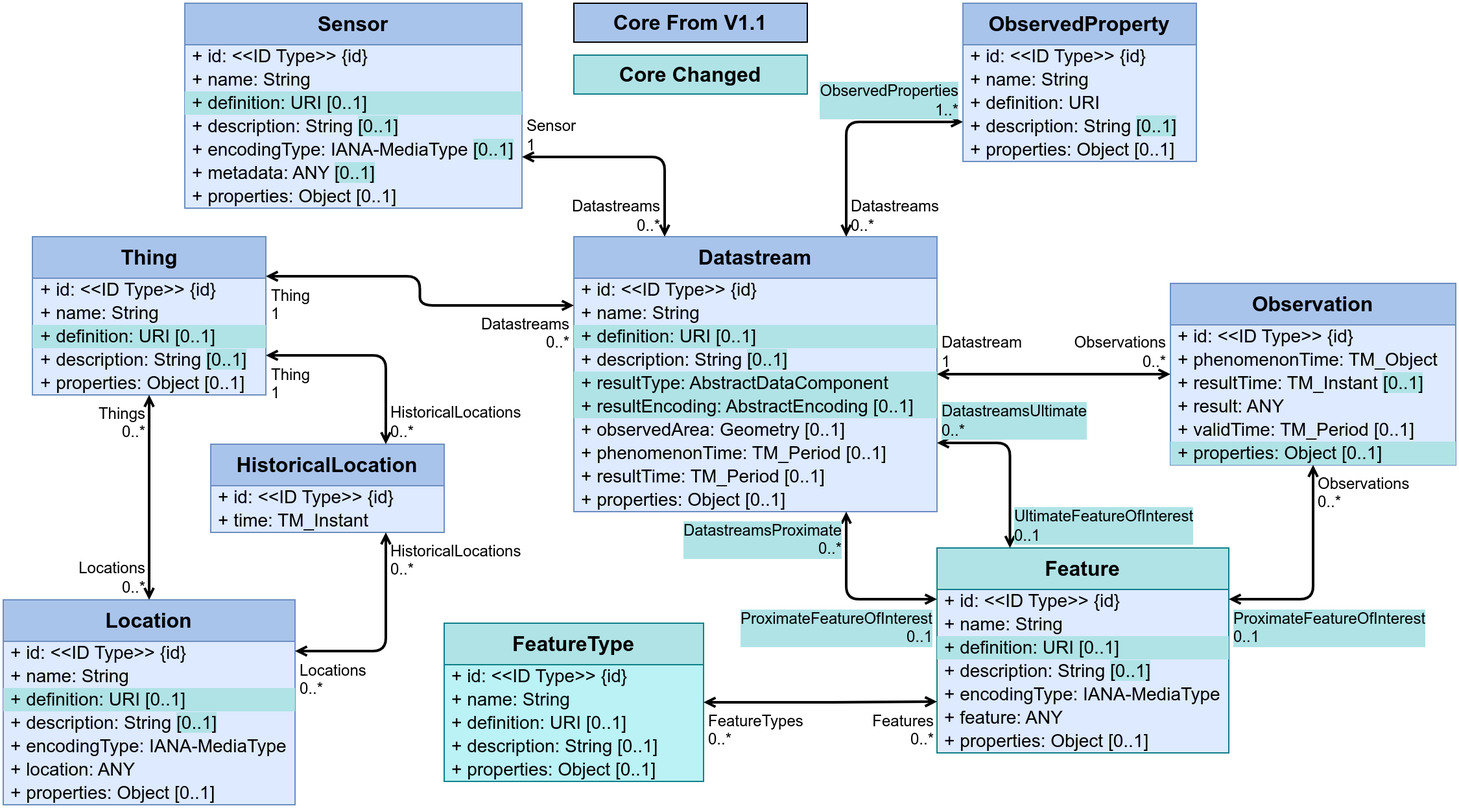
Before: figures/Datamodel-SensorThingsApi-V2-Core-changed.drawio.png, a diagram exported from draw.io (opengeospatial/sensorthings). Source tidied: cells renumbered, new cells last; positions are measured from the earlier drawing's top-left corner, leaving out a move shared by most shapes.
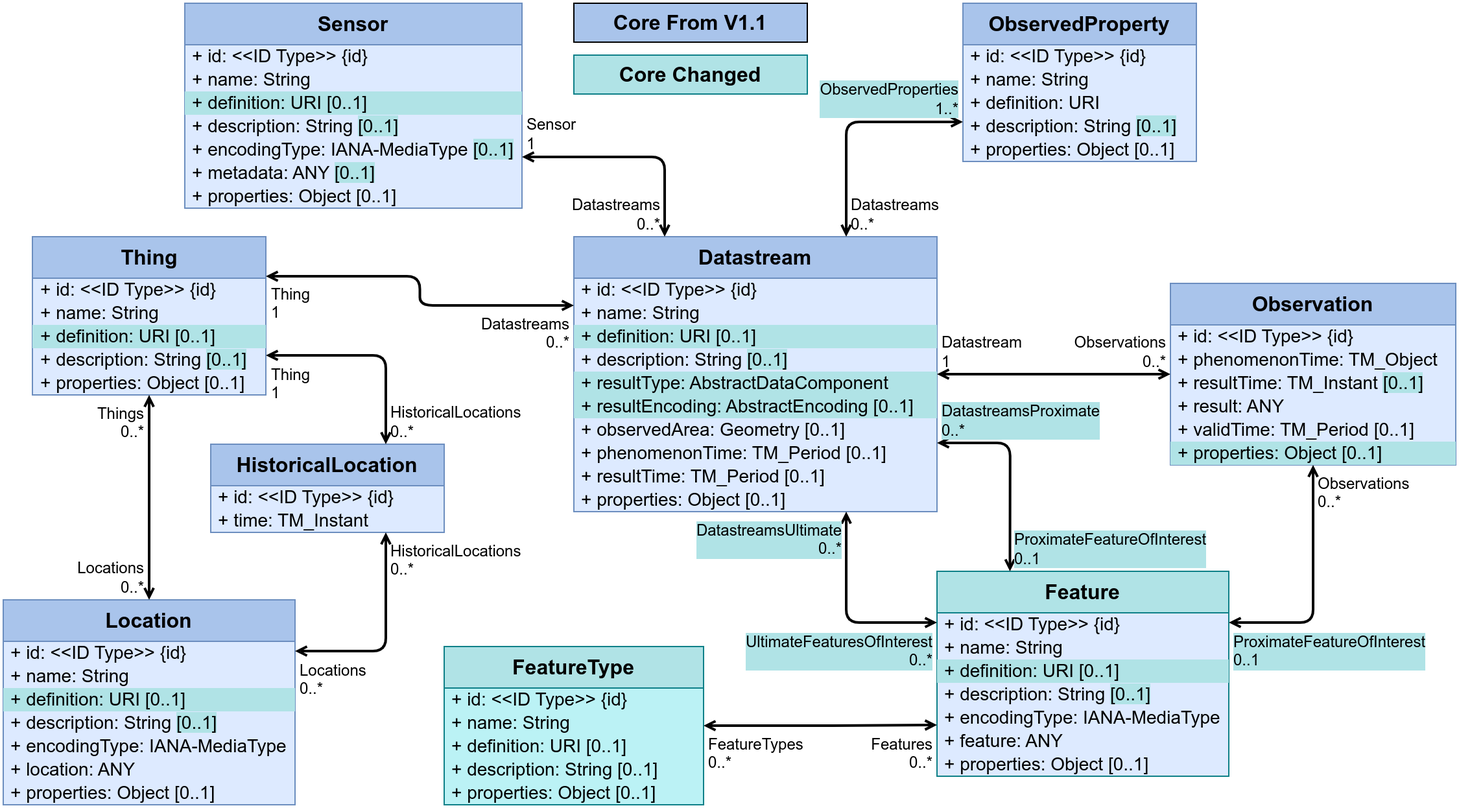
After the change.

Change to the diagram source:
```diff
@@ -36,7 +36,7 @@
       <mxGeometry y="194" width="280" height="18" as="geometry" />
     </mxCell>
     <mxCell id="13" value="Feature" style="swimlane;fontStyle=1;horizontal=1;startSize=32;fontSize=16;whiteSpace=wrap;html=1;fillColor=#b0e3e6;strokeColor=#0e8088;swimlaneFillColor=#DDEAFF;verticalAlign=top;" parent="1" vertex="1">
-      <mxGeometry x="720" y="420" width="225" height="158" as="geometry" />
+      <mxGeometry x="720" y="438" width="225" height="158" as="geometry" />
     </mxCell>
     <mxCell id="14" value="+&amp;nbsp;id: &amp;lt;&amp;lt;ID Type&amp;gt;&amp;gt;&amp;nbsp;{id}" style="text;strokeColor=none;fillColor=none;align=left;verticalAlign=middle;spacingLeft=4;spacingRight=4;overflow=visible;html=1;fontSize=14;" parent="13" vertex="1">
       <mxGeometry y="32" width="225" height="18" as="geometry" />
@@ -59,17 +59,17 @@
     <mxCell id="20" value="+ properties: Object&amp;nbsp;[0..1]" style="text;strokeColor=none;fillColor=none;align=left;verticalAlign=middle;spacingLeft=4;spacingRight=4;overflow=visible;html=1;fontSize=14;" parent="13" vertex="1">
       <mxGeometry y="140" width="225" height="18" as="geometry" />
     </mxCell>
-    <mxCell id="21" style="endArrow=open;startArrow=open;html=1;rounded=1;exitX=0;exitY=0.25;exitDx=0;exitDy=0;edgeStyle=orthogonalEdgeStyle;entryX=0.75;entryY=1;entryDx=0;entryDy=0;curved=0;strokeWidth=2;startFill=0;endFill=0;endSize=5;startSize=5;" parent="1" edge="1" source="13" target="2">
+    <mxCell id="21" style="endArrow=open;startArrow=open;html=1;rounded=1;exitX=0.25;exitY=0;exitDx=0;exitDy=0;edgeStyle=orthogonalEdgeStyle;entryX=1;entryY=0.75;entryDx=0;entryDy=0;curved=0;strokeWidth=2;startFill=0;endFill=0;endSize=5;startSize=5;" parent="1" edge="1" source="13" target="2">
       <mxGeometry relative="1" as="geometry" />
     </mxCell>
-    <mxCell id="22" value="ProximateFeatureOfInterest&lt;br&gt;0..1" style="edgeLabel;html=1;align=right;verticalAlign=top;labelBackgroundColor=#B0E3E6;fontSize=12;spacingLeft=1;spacing=3;spacingRight=2;" parent="21" vertex="1">
+    <mxCell id="22" value="ProximateFeatureOfInterest&lt;br&gt;0..1" style="edgeLabel;html=1;align=left;verticalAlign=bottom;labelBackgroundColor=#B0E3E6;fontSize=12;spacingLeft=1;spacing=3;spacingRight=2;" parent="21" vertex="1">
       <mxGeometry x="-1" relative="1" as="geometry" />
     </mxCell>
-    <mxCell id="23" value="DatastreamsProximate&lt;br&gt;0..*" style="edgeLabel;html=1;align=right;verticalAlign=top;labelBackgroundColor=#B0E3E6;fontSize=12;spacingLeft=1;spacing=3;spacingRight=2;" parent="21" vertex="1">
+    <mxCell id="23" value="DatastreamsProximate&lt;br&gt;0..*" style="edgeLabel;html=1;align=left;verticalAlign=bottom;labelBackgroundColor=#B0E3E6;fontSize=12;spacingLeft=1;spacing=3;spacingRight=2;" parent="21" vertex="1">
       <mxGeometry x="1" relative="1" as="geometry" />
     </mxCell>
     <mxCell id="24" value="FeatureType" style="swimlane;fontStyle=1;horizontal=1;startSize=32;fontSize=16;whiteSpace=wrap;html=1;fillColor=#b0e3e6;strokeColor=#0e8088;swimlaneFillColor=#BBF2F5;verticalAlign=top;" parent="1" vertex="1">
-      <mxGeometry x="340" y="478" width="200" height="122" as="geometry" />
+      <mxGeometry x="340" y="496" width="200" height="122" as="geometry" />
     </mxCell>
     <mxCell id="25" value="+&amp;nbsp;id: &amp;lt;&amp;lt;ID Type&amp;gt;&amp;gt;&amp;nbsp;{id}" style="text;strokeColor=none;fillColor=none;align=left;verticalAlign=middle;spacingLeft=4;spacingRight=4;overflow=visible;html=1;fontSize=14;" parent="24" vertex="1">
       <mxGeometry y="32" width="200" height="18" as="geometry" />
@@ -287,13 +287,13 @@
     <mxCell id="96" value="Core From V1.1" style="rounded=0;whiteSpace=wrap;html=1;labelBackgroundColor=none;fillColor=#A9C4EB;strokeColor=default;fontStyle=1;fontSize=16;" parent="1" vertex="1">
       <mxGeometry x="440" width="180" height="30" as="geometry" />
     </mxCell>
-    <mxCell id="97" style="endArrow=open;startArrow=open;html=1;rounded=1;exitX=0.25;exitY=0;exitDx=0;exitDy=0;edgeStyle=orthogonalEdgeStyle;entryX=1;entryY=0.75;entryDx=0;entryDy=0;curved=0;strokeWidth=2;startFill=0;endFill=0;endSize=5;startSize=5;" parent="1" edge="1" source="13" target="2">
+    <mxCell id="97" style="endArrow=open;startArrow=open;html=1;rounded=1;exitX=0;exitY=0.25;exitDx=0;exitDy=0;edgeStyle=orthogonalEdgeStyle;entryX=0.75;entryY=1;entryDx=0;entryDy=0;curved=0;strokeWidth=2;startFill=0;endFill=0;endSize=5;startSize=5;" parent="1" edge="1" source="13" target="2">
       <mxGeometry relative="1" as="geometry" />
     </mxCell>
-    <mxCell id="98" value="UltimateFeatureOfInterest&lt;br&gt;0..1" style="edgeLabel;html=1;align=left;verticalAlign=bottom;labelBackgroundColor=#B0E3E6;fontSize=12;spacingLeft=1;spacing=3;spacingRight=2;" parent="97" vertex="1">
+    <mxCell id="98" value="UltimateFeaturesOfInterest&lt;br&gt;0..*" style="edgeLabel;html=1;align=right;verticalAlign=top;labelBackgroundColor=#B0E3E6;fontSize=12;spacingLeft=1;spacing=3;spacingRight=2;" parent="97" vertex="1">
       <mxGeometry x="-1" relative="1" as="geometry" />
     </mxCell>
-    <mxCell id="99" value="DatastreamsUltimate&lt;br&gt;0..*" style="edgeLabel;html=1;align=left;verticalAlign=bottom;labelBackgroundColor=#B0E3E6;fontSize=12;spacingLeft=1;spacing=3;spacingRight=2;" parent="97" vertex="1">
+    <mxCell id="99" value="DatastreamsUltimate&lt;br&gt;0..*" style="edgeLabel;html=1;align=right;verticalAlign=top;labelBackgroundColor=#B0E3E6;fontSize=12;spacingLeft=1;spacing=3;spacingRight=2;" parent="97" vertex="1">
       <mxGeometry x="1" relative="1" as="geometry" />
     </mxCell>
   </root>
```
